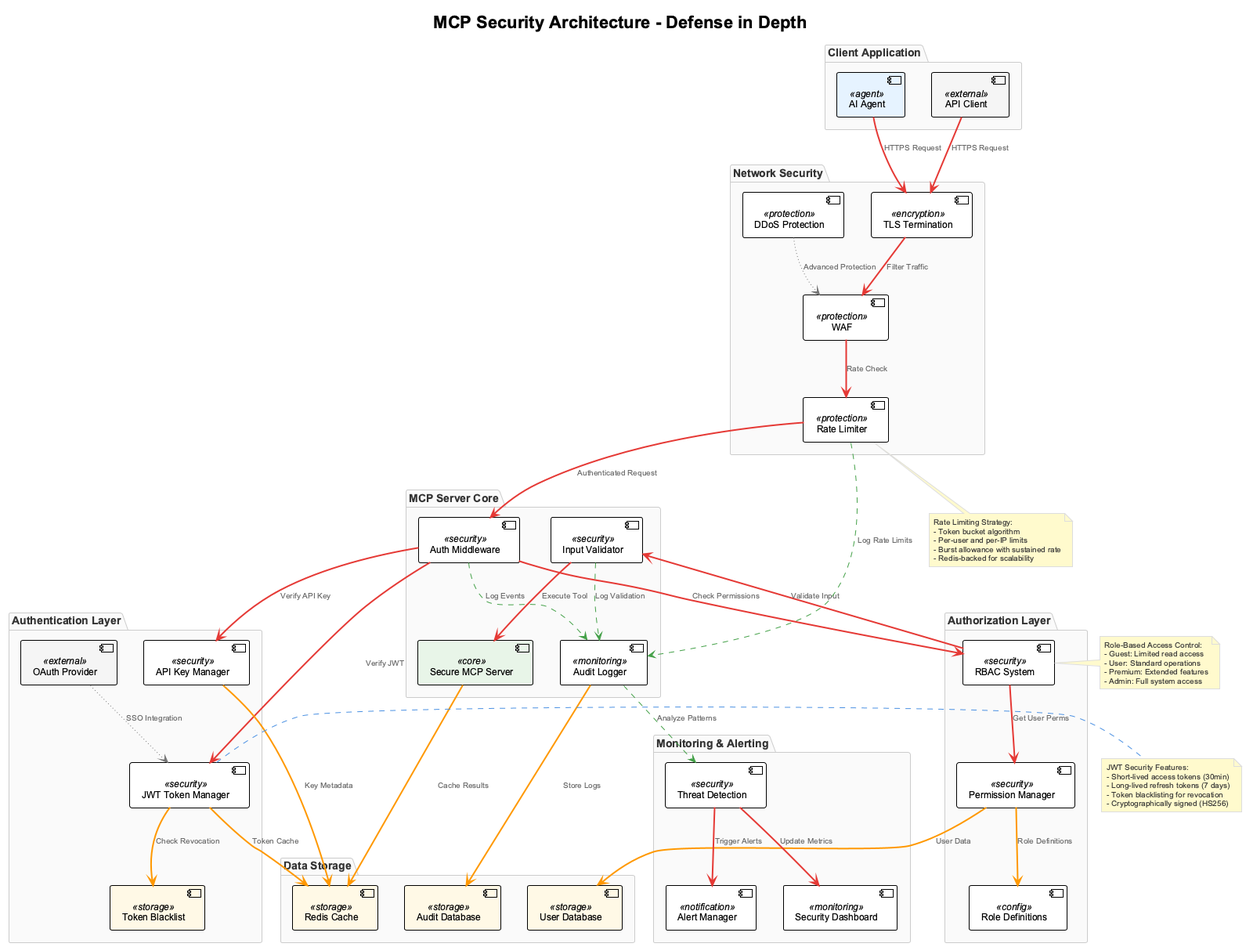
Before: docs-content/03_mcp-acp-a2a/images/mcp-security-architecture.png, a diagram exported from PlantUML (fwornle/agentic-ai-nano). Source of this version:
```plantuml
@startuml mcp-security-architecture
!include ../../config/_standard-style.puml

title MCP Security Architecture - Defense in Depth

package "Client Application" {
  [AI Agent] <<agent>> as agent
  [API Client] <<external>> as client
}

package "Authentication Layer" {
  [JWT Token Manager] <<security>> as jwt
  [API Key Manager] <<security>> as apikey
  [OAuth Provider] <<external>> as oauth
  [Token Blacklist] <<storage>> as blacklist
}

package "Authorization Layer" {
  [RBAC System] <<security>> as rbac
  [Permission Manager] <<security>> as perms
  [Role Definitions] <<config>> as roles
}

package "Network Security" {
  [Rate Limiter] <<protection>> as ratelimit
  [DDoS Protection] <<protection>> as ddos
  [TLS Termination] <<encryption>> as tls
  [WAF] <<protection>> as waf
}

package "MCP Server Core" {
  [Secure MCP Server] <<core>> as mcpserver
  [Auth Middleware] <<security>> as middleware
  [Input Validator] <<security>> as validator
  [Audit Logger] <<monitoring>> as audit
}

package "Data Storage" {
  [Redis Cache] <<storage>> as redis
  [User Database] <<storage>> as userdb
  [Audit Database] <<storage>> as auditdb
}

package "Monitoring & Alerting" {
  [Security Dashboard] <<monitoring>> as dashboard
  [Threat Detection] <<security>> as threats
  [Alert Manager] <<notification>> as alerts
}

agent SYNC_LINE tls : HTTPS Request
client SYNC_LINE tls : HTTPS Request
tls SYNC_LINE waf : Filter Traffic
waf SYNC_LINE ratelimit : Rate Check

ratelimit SYNC_LINE middleware : Authenticated Request
middleware SYNC_LINE jwt : Verify JWT
middleware SYNC_LINE apikey : Verify API Key
jwt DATA_LINE blacklist : Check Revocation
jwt DATA_LINE redis : Token Cache
apikey DATA_LINE redis : Key Metadata

middleware SYNC_LINE rbac : Check Permissions
rbac SYNC_LINE perms : Get User Perms
perms DATA_LINE roles : Role Definitions
perms DATA_LINE userdb : User Data

rbac SYNC_LINE validator : Validate Input
validator SYNC_LINE mcpserver : Execute Tool
mcpserver DATA_LINE redis : Cache Results

middleware ASYNC_LINE audit : Log Events
validator ASYNC_LINE audit : Log Validation
ratelimit ASYNC_LINE audit : Log Rate Limits
audit DATA_LINE auditdb : Store Logs

audit ASYNC_LINE threats : Analyze Patterns
threats SYNC_LINE alerts : Trigger Alerts
threats SYNC_LINE dashboard : Update Metrics

oauth OPTIONAL_LINE jwt : SSO Integration
ddos OPTIONAL_LINE waf : Advanced Protection

note right of jwt
  JWT Security Features:
  - Short-lived access tokens (30min)
  - Long-lived refresh tokens (7 days)
  - Token blacklisting for revocation
  - Cryptographically signed (HS256)
end note

note right of rbac
  Role-Based Access Control:
  - Guest: Limited read access
  - User: Standard operations
  - Premium: Extended features
  - Admin: Full system access
end note

note bottom of ratelimit
  Rate Limiting Strategy:
  - Token bucket algorithm
  - Per-user and per-IP limits
  - Burst allowance with sustained rate
  - Redis-backed for scalability
end note

@enduml
```
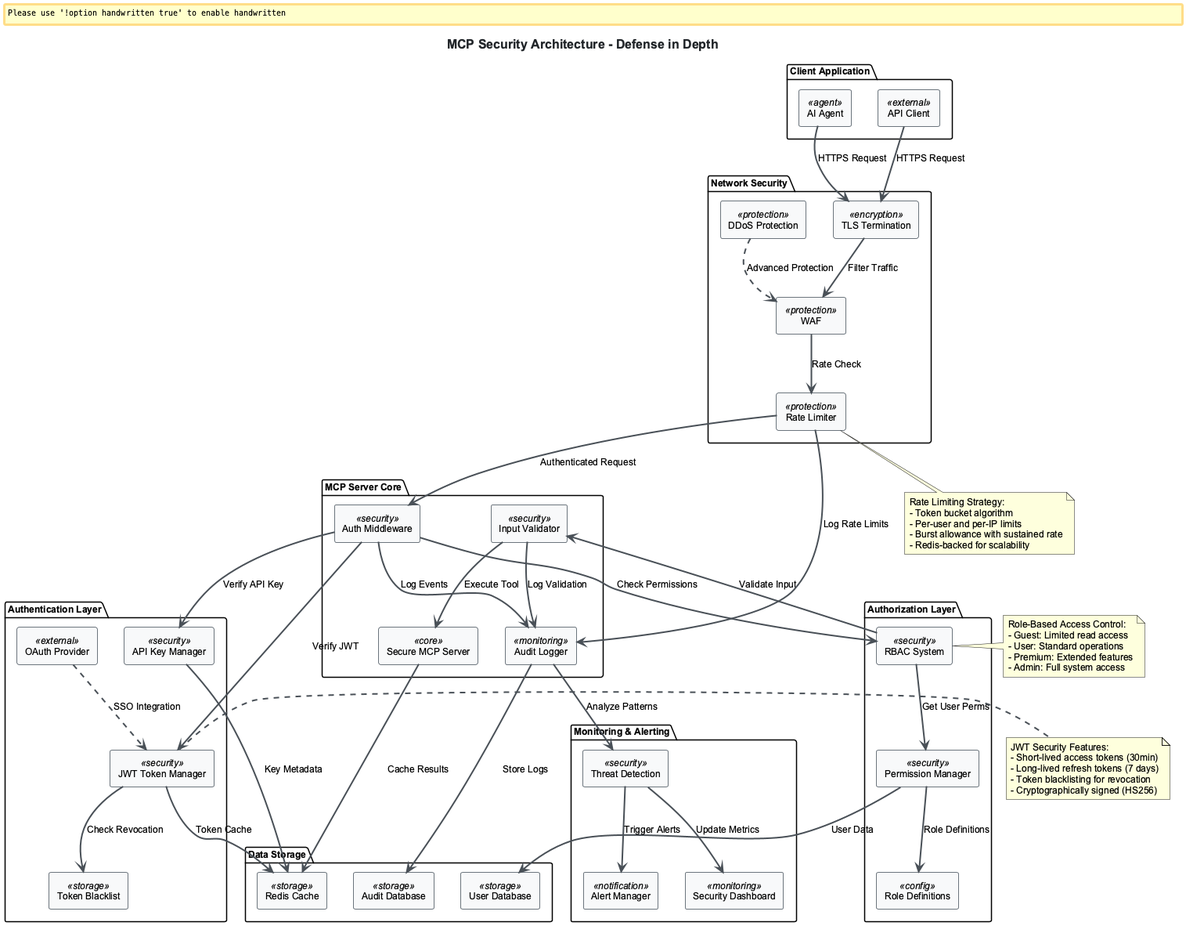
The same diagram one commit later.

What changed in the source:
```diff
@@ -1,5 +1,5 @@
 @startuml mcp-security-architecture
-!include ../../config/_standard-style.puml
+!include ../../../config/_standard-style.puml
 
 title MCP Security Architecture - Defense in Depth
 
@@ -47,38 +47,38 @@
   [Alert Manager] <<notification>> as alerts
 }
 
-agent SYNC_LINE tls : HTTPS Request
-client SYNC_LINE tls : HTTPS Request
-tls SYNC_LINE waf : Filter Traffic
-waf SYNC_LINE ratelimit : Rate Check
+agent --> tls : HTTPS Request
+client --> tls : HTTPS Request
+tls --> waf : Filter Traffic
+waf --> ratelimit : Rate Check
 
-ratelimit SYNC_LINE middleware : Authenticated Request
-middleware SYNC_LINE jwt : Verify JWT
-middleware SYNC_LINE apikey : Verify API Key
-jwt DATA_LINE blacklist : Check Revocation
-jwt DATA_LINE redis : Token Cache
-apikey DATA_LINE redis : Key Metadata
+ratelimit --> middleware : Authenticated Request
+middleware --> jwt : Verify JWT
+middleware --> apikey : Verify API Key
+jwt --> blacklist : Check Revocation
+jwt --> redis : Token Cache
+apikey --> redis : Key Metadata
 
-middleware SYNC_LINE rbac : Check Permissions
-rbac SYNC_LINE perms : Get User Perms
-perms DATA_LINE roles : Role Definitions
-perms DATA_LINE userdb : User Data
+middleware --> rbac : Check Permissions
+rbac --> perms : Get User Perms
+perms --> roles : Role Definitions
+perms --> userdb : User Data
 
-rbac SYNC_LINE validator : Validate Input
-validator SYNC_LINE mcpserver : Execute Tool
-mcpserver DATA_LINE redis : Cache Results
+rbac --> validator : Validate Input
+validator --> mcpserver : Execute Tool
+mcpserver --> redis : Cache Results
 
-middleware ASYNC_LINE audit : Log Events
-validator ASYNC_LINE audit : Log Validation
-ratelimit ASYNC_LINE audit : Log Rate Limits
-audit DATA_LINE auditdb : Store Logs
+middleware --> audit : Log Events
+validator --> audit : Log Validation
+ratelimit --> audit : Log Rate Limits
+audit --> auditdb : Store Logs
 
-audit ASYNC_LINE threats : Analyze Patterns
-threats SYNC_LINE alerts : Trigger Alerts
-threats SYNC_LINE dashboard : Update Metrics
+audit --> threats : Analyze Patterns
+threats --> alerts : Trigger Alerts
+threats --> dashboard : Update Metrics
 
-oauth OPTIONAL_LINE jwt : SSO Integration
-ddos OPTIONAL_LINE waf : Advanced Protection
+oauth ..> jwt : SSO Integration
+ddos ..> waf : Advanced Protection
 
 note right of jwt
   JWT Security Features:
```
